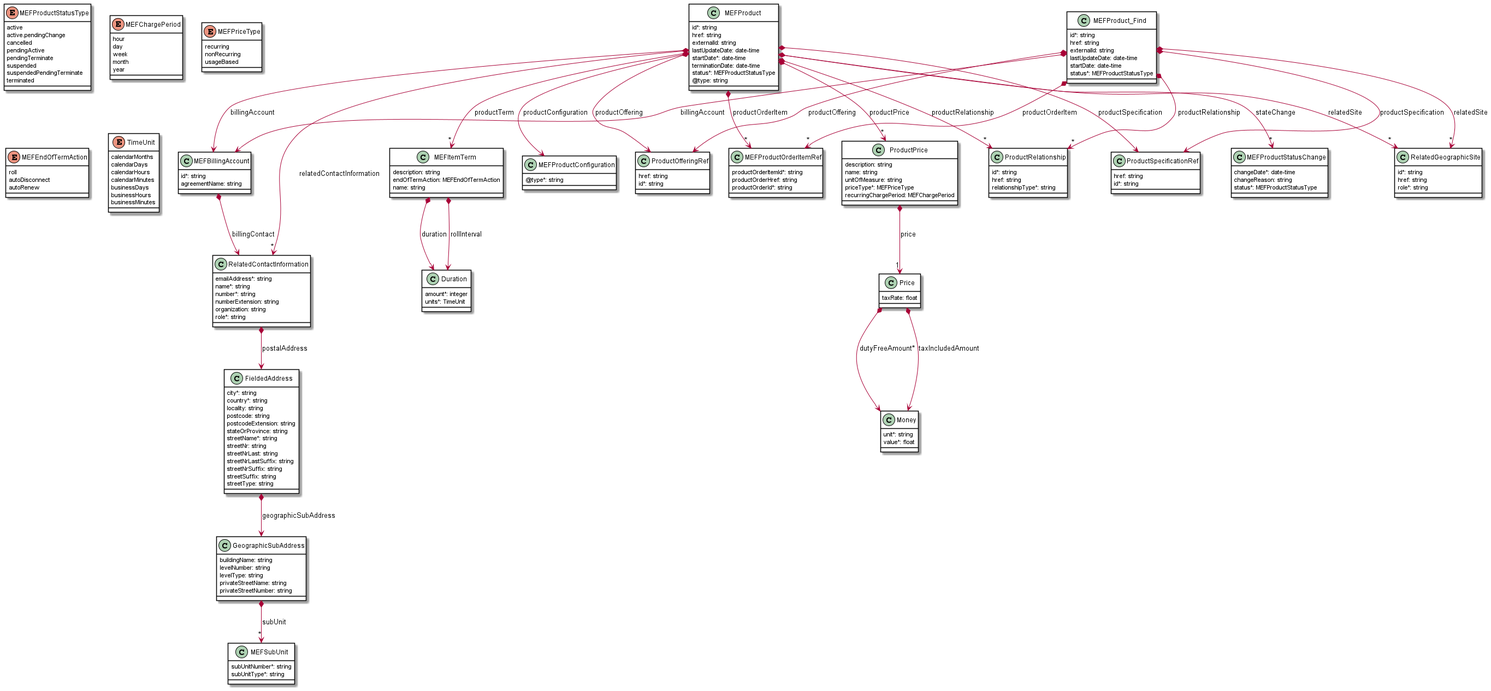
This is documentation/productApi/inventory/media/productMgtDataModel.png from MEF-GIT/MEF-LSO-Sonata-SDK, a PlantUML export, as it was before one commit.
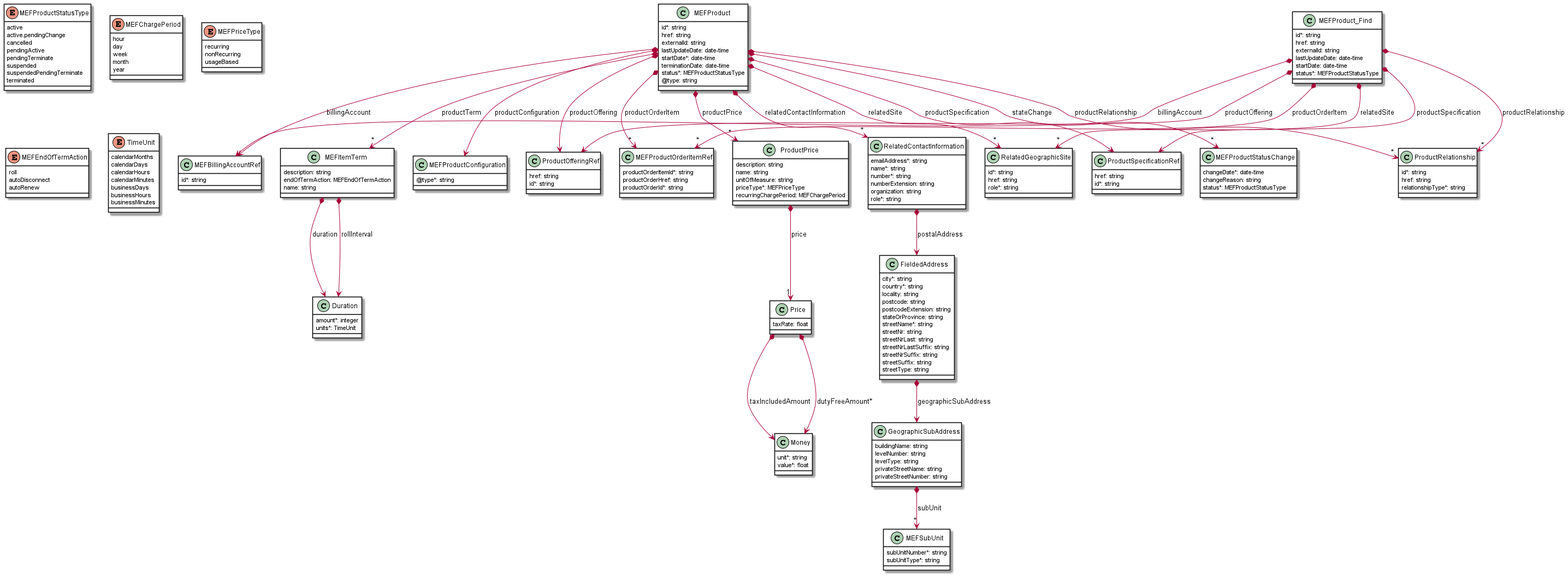
After the commit.

Change to the diagram source:
```diff
@@ -45,13 +45,10 @@
 GeographicSubAddress *-->"*" MEFSubUnit : subUnit
 
 
-class MEFBillingAccount {
+class MEFBillingAccountRef {
 
     id*: string
-    agreementName: string
 }
-
-MEFBillingAccount *--> RelatedContactInformation : billingContact
 
 
 class MEFItemTerm {
@@ -78,7 +75,7 @@
 }
 
 MEFProduct *--> MEFProductConfiguration : productConfiguration
-MEFProduct *--> MEFBillingAccount : billingAccount
+MEFProduct *--> MEFBillingAccountRef : billingAccount
 MEFProduct *--> ProductOfferingRef : productOffering
 MEFProduct *-->"*" MEFProductOrderItemRef : productOrderItem
 MEFProduct *-->"*" ProductPrice : productPrice
@@ -116,7 +113,7 @@
     status*: MEFProductStatusType
 }
 
-MEFProduct_Find *--> MEFBillingAccount : billingAccount
+MEFProduct_Find *--> MEFBillingAccountRef : billingAccount
 MEFProduct_Find *--> ProductOfferingRef : productOffering
 MEFProduct_Find *-->"*" MEFProductOrderItemRef : productOrderItem
 MEFProduct_Find *-->"*" ProductRelationship : productRelationship
```
